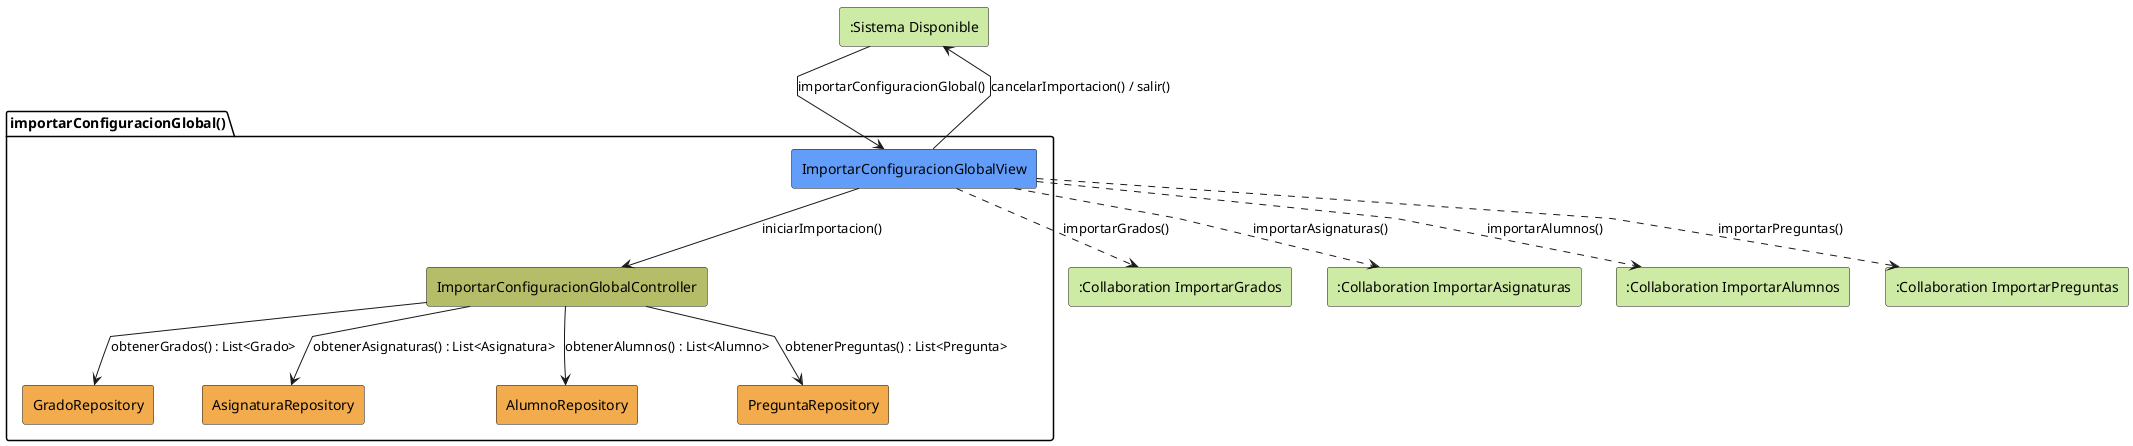
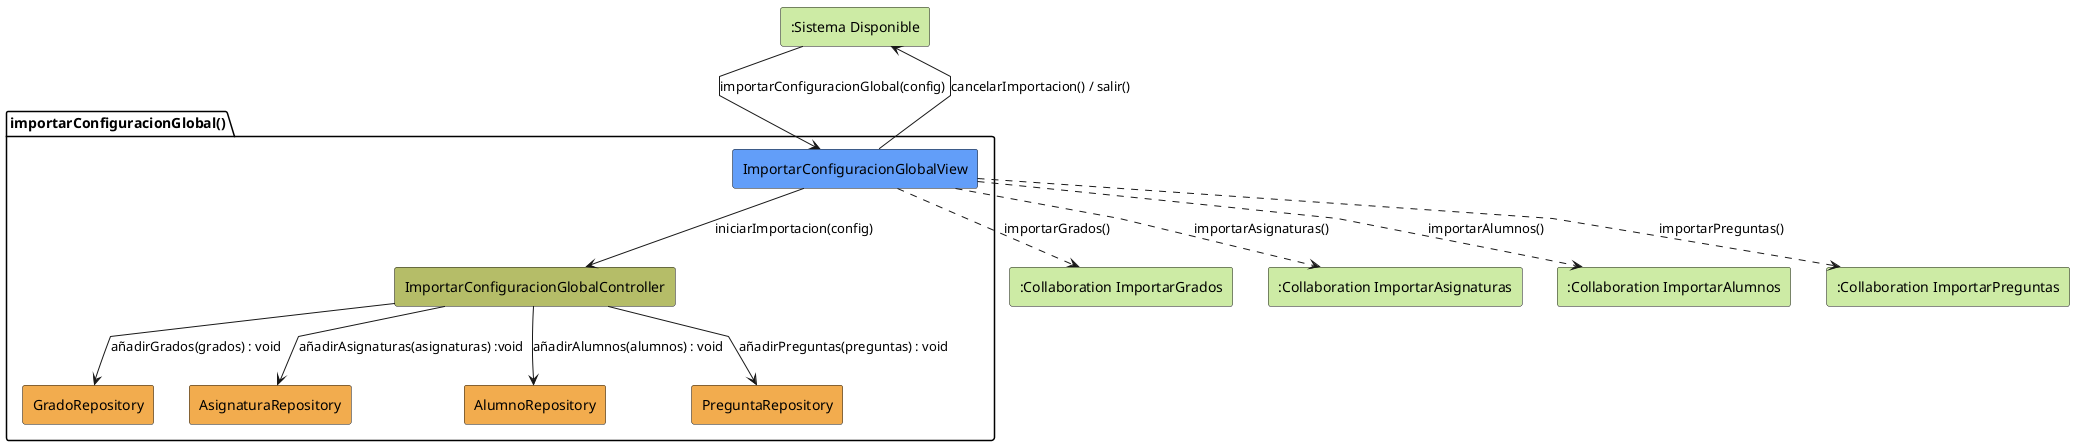
@startuml importarConfiguracionGlobal-analisis
skinparam linetype polyline

rectangle #CDEBA5 ":Sistema Disponible" as SistemaDisponible
package importarConfiguracionGlobal as "importarConfiguracionGlobal()" {
    rectangle #629EF9 ImportarConfiguracionGlobalView
    rectangle #b5bd68 ImportarConfiguracionGlobalController
    rectangle #F2AC4E GradoRepository
    rectangle #F2AC4E AsignaturaRepository
    rectangle #F2AC4E AlumnoRepository
    rectangle #F2AC4E PreguntaRepository
}

rectangle #CDEBA5 ":Collaboration ImportarGrados" as ImportarGrados
rectangle #CDEBA5 ":Collaboration ImportarAsignaturas" as ImportarAsignaturas
rectangle #CDEBA5 ":Collaboration ImportarAlumnos" as ImportarAlumnos
rectangle #CDEBA5 ":Collaboration ImportarPreguntas" as ImportarPreguntas

- SistemaDisponible -r-> ImportarConfiguracionGlobalView : importarConfiguracionGlobal()
+ SistemaDisponible -r-> ImportarConfiguracionGlobalView : importarConfiguracionGlobal(config)

- ImportarConfiguracionGlobalView -d-> ImportarConfiguracionGlobalController: iniciarImportacion()
+ ImportarConfiguracionGlobalView -d-> ImportarConfiguracionGlobalController: iniciarImportacion(config)

- ImportarConfiguracionGlobalController --> GradoRepository: obtenerGrados() : List<Grado>
- ImportarConfiguracionGlobalController --> AsignaturaRepository: obtenerAsignaturas() : List<Asignatura>
- ImportarConfiguracionGlobalController --> AlumnoRepository: obtenerAlumnos() : List<Alumno>
- ImportarConfiguracionGlobalController --> PreguntaRepository: obtenerPreguntas() : List<Pregunta>
+ ImportarConfiguracionGlobalController --> AlumnoRepository: añadirAlumnos(alumnos) : void
+ ImportarConfiguracionGlobalController --> GradoRepository: añadirGrados(grados) : void
+ ImportarConfiguracionGlobalController --> AsignaturaRepository: añadirAsignaturas(asignaturas) :void
+ ImportarConfiguracionGlobalController --> PreguntaRepository: añadirPreguntas(preguntas) : void

ImportarConfiguracionGlobalView ..> ImportarGrados: importarGrados()
ImportarConfiguracionGlobalView ..> ImportarAsignaturas: importarAsignaturas()
ImportarConfiguracionGlobalView ..> ImportarAlumnos: importarAlumnos()
ImportarConfiguracionGlobalView ..> ImportarPreguntas: importarPreguntas()

ImportarConfiguracionGlobalView -u-> SistemaDisponible: cancelarImportacion() / salir()

@enduml